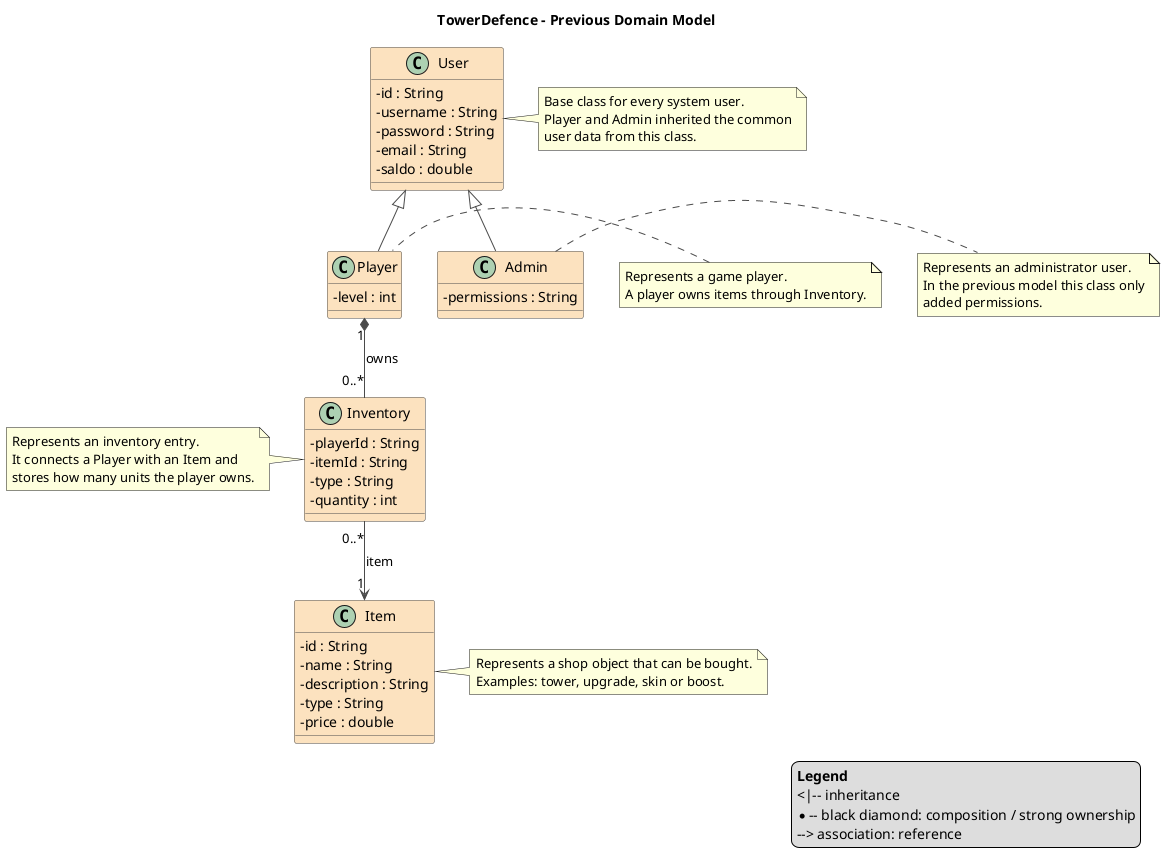
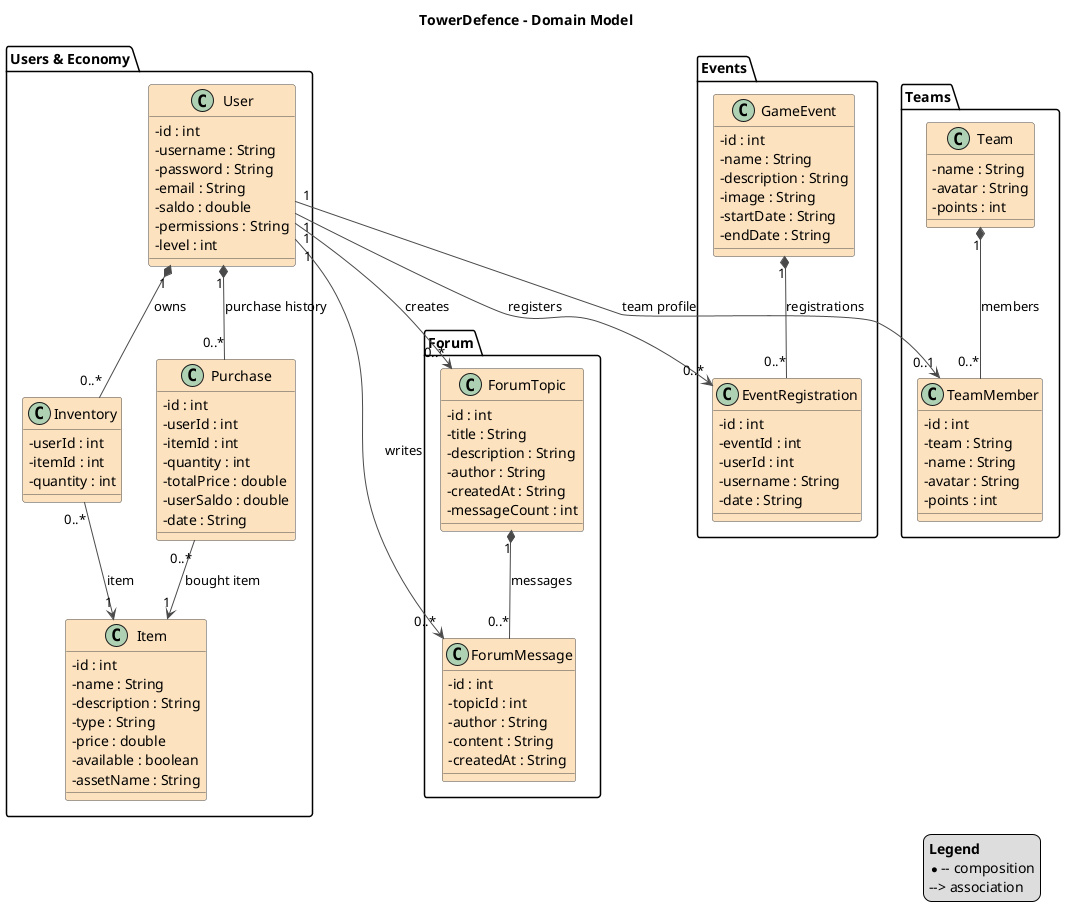
- @startuml TowerDefenceDomainPrevious
- ' Diagrama UML de dominio anterior.
- ' Esta version representa el modelo antes de simplificar User/Admin/Player.
- ' No incluye Managers, Services ni Requests porque no forman parte del dominio teorico.
+ @startuml TowerDefenceDomain

skinparam classAttributeIconSize 0
skinparam shadowing false
skinparam class {
    BackgroundColor #FCE2BF
    BorderColor #4A4A4A
    ArrowColor #4A4A4A
}

- title TowerDefence - Previous Domain Model
+ title TowerDefence - Domain Model

- class User {
-     - id : String
-     - username : String
-     - password : String
-     - email : String
-     - saldo : double
+ package "Users & Economy" {
+     class User {
+         - id : int
+         - username : String
+         - password : String
+         - email : String
+         - saldo : double
+         - permissions : String
+         - level : int
+     }
+ 
+     class Item {
+         - id : int
+         - name : String
+         - description : String
+         - type : String
+         - price : double
+         - available : boolean
+         - assetName : String
+     }
+ 
+     class Inventory {
+         - userId : int
+         - itemId : int
+         - quantity : int
+     }
+ 
+     class Purchase {
+         - id : int
+         - userId : int
+         - itemId : int
+         - quantity : int
+         - totalPrice : double
+         - userSaldo : double
+         - date : String
+     }
}

- note right of User
-   Base class for every system user.
-   Player and Admin inherited the common
-   user data from this class.
- end note
+ package "Events" {
+     class GameEvent {
+         - id : int
+         - name : String
+         - description : String
+         - image : String
+         - startDate : String
+         - endDate : String
+     }

- class Player {
-     - level : int
+     class EventRegistration {
+         - id : int
+         - eventId : int
+         - userId : int
+         - username : String
+         - date : String
+     }
}

- note left of Player
-   Represents a game player.
-   A player owns items through Inventory.
- end note
+ package "Teams" {
+     class Team {
+         - name : String
+         - avatar : String
+         - points : int
+     }

- class Admin {
-     - permissions : String
+     class TeamMember {
+         - id : int
+         - team : String
+         - name : String
+         - avatar : String
+         - points : int
+     }
}

- note right of Admin
-   Represents an administrator user.
-   In the previous model this class only
-   added permissions.
- end note
+ package "Forum" {
+     class ForumTopic {
+         - id : int
+         - title : String
+         - description : String
+         - author : String
+         - createdAt : String
+         - messageCount : int
+     }

- class Item {
-     - id : String
-     - name : String
-     - description : String
-     - type : String
-     - price : double
+     class ForumMessage {
+         - id : int
+         - topicId : int
+         - author : String
+         - content : String
+         - createdAt : String
+     }
}

- note right of Item
-   Represents a shop object that can be bought.
-   Examples: tower, upgrade, skin or boost.
- end note
+ User "1" *-- "0..*" Inventory : owns
+ Inventory "0..*" --> "1" Item : item

- class Inventory {
-     - playerId : String
-     - itemId : String
-     - type : String
-     - quantity : int
- }
+ User "1" *-- "0..*" Purchase : purchase history
+ Purchase "0..*" --> "1" Item : bought item

- note left of Inventory
-   Represents an inventory entry.
-   It connects a Player with an Item and
-   stores how many units the player owns.
- end note
+ GameEvent "1" *-- "0..*" EventRegistration : registrations
+ User "1" --> "0..*" EventRegistration : registers

- ' INHERITANCE:
- ' Player and Admin are specialized users.
- User <|-- Player
- User <|-- Admin
+ Team "1" *-- "0..*" TeamMember : members
+ User "1" --> "0..1" TeamMember : team profile

- ' COMPOSITION:
- ' Inventory entries belong to a Player.
- ' If the player disappears, these entries stop making sense.
- Player "1" *-- "0..*" Inventory : owns
- 
- ' ASSOCIATION:
- ' Inventory references Item from the shop catalog.
- ' Item can exist even if nobody owns it.
- Inventory "0..*" --> "1" Item : item
+ ForumTopic "1" *-- "0..*" ForumMessage : messages
+ User "1" --> "0..*" ForumTopic : creates
+ User "1" --> "0..*" ForumMessage : writes

legend right
  <b>Legend</b>
-   <|-- inheritance
-   *-- black diamond: composition / strong ownership
-   --> association: reference
+   *-- composition
+   --> association
endlegend

@enduml
